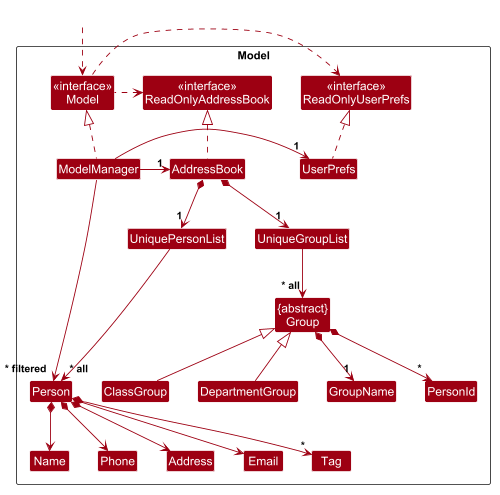
AY2627S1-CS2103T-T11-3/tp keeps this PlantUML diagram as docs/images/ModelClassDiagram.png. Above is the earlier version. The source it was exported from:
```plantuml
@startuml
!include style.puml
skinparam arrowThickness 1.1
skinparam arrowColor MODEL_COLOR
skinparam classBackgroundColor MODEL_COLOR

Package Model as ModelPackage <<Rectangle>>{
Class "<<interface>>\nReadOnlyAddressBook" as ReadOnlyAddressBook
Class "<<interface>>\nReadOnlyUserPrefs" as ReadOnlyUserPrefs
Class "<<interface>>\nModel" as Model
Class AddressBook
Class ModelManager
Class UserPrefs

Class UniquePersonList
Class Person
Class Address
Class Email
Class Name
Class Phone
Class Tag

Class UniqueGroupList
Class "{abstract}\nGroup" as Group
Class ClassGroup
Class DepartmentGroup
Class GroupName
Class PersonId

Class I #FFFFFF
}

Class HiddenOutside #FFFFFF
HiddenOutside ..> Model

AddressBook .up.|> ReadOnlyAddressBook

ModelManager .up.|> Model
Model .right.> ReadOnlyUserPrefs
Model .left.> ReadOnlyAddressBook
ModelManager -left-> "1" AddressBook
ModelManager -right-> "1" UserPrefs
UserPrefs .up.|> ReadOnlyUserPrefs

AddressBook *--> "1" UniquePersonList
UniquePersonList --> "~* all" Person
Person *--> Name
Person *--> Phone
Person *--> Email
Person *--> Address
Person *--> "*" Tag

Person -[hidden]up--> I
UniquePersonList -[hidden]right-> I

Name -[hidden]right-> Phone
Phone -[hidden]right-> Address
Address -[hidden]right-> Email

AddressBook *--> "1" UniqueGroupList
UniqueGroupList --> "~* all" Group
Group *--> "1" GroupName
Group *--> "*" PersonId

ClassGroup -up-|> Group
DepartmentGroup -up-|> Group

ModelManager --> "~* filtered" Person
@enduml
```
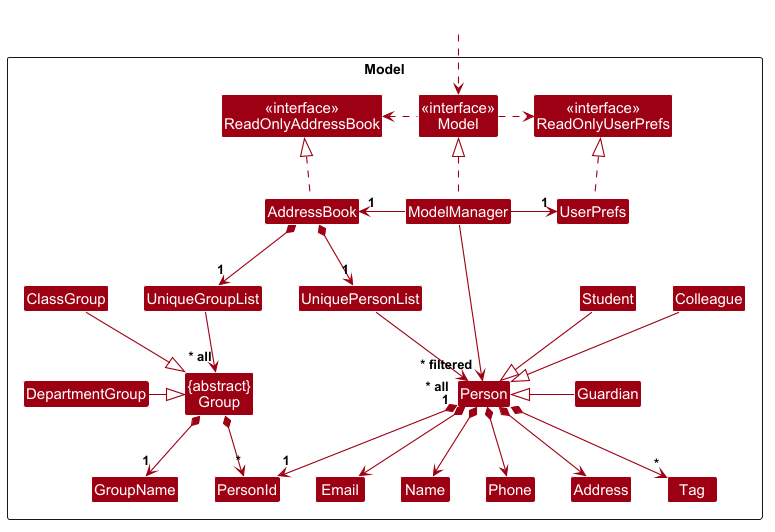
The same file after the commit.

The edit, as a diff of the source:
```diff
@@ -19,13 +19,18 @@
 Class Name
 Class Phone
 Class Tag
+Class PersonId
+
+Class Student
+Class Guardian
+Class Colleague
 
 Class UniqueGroupList
 Class "{abstract}\nGroup" as Group
 Class ClassGroup
 Class DepartmentGroup
 Class GroupName
-Class PersonId
+
 
 Class I #FFFFFF
 }
@@ -49,8 +54,17 @@
 Person *--> Email
 Person *--> Address
 Person *--> "*" Tag
+Person "1" *--> "1" PersonId
 
-Person -[hidden]up--> I
+Student --|> Person
+Guardian -left-|> Person
+Colleague --|> Person
+
+Person -[hidden]left-> Group
+Student -[hidden]down-> Guardian
+Student -[hidden]right-> Colleague
+Guardian -[hidden]up-> Colleague
+
 UniquePersonList -[hidden]right-> I
 
 Name -[hidden]right-> Phone
@@ -62,8 +76,9 @@
 Group *--> "1" GroupName
 Group *--> "*" PersonId
 
-ClassGroup -up-|> Group
-DepartmentGroup -up-|> Group
+ClassGroup -right-|> Group
+DepartmentGroup -[hidden]up-> ClassGroup
+DepartmentGroup -right-|> Group
 
 ModelManager --> "~* filtered" Person
 @enduml
```
